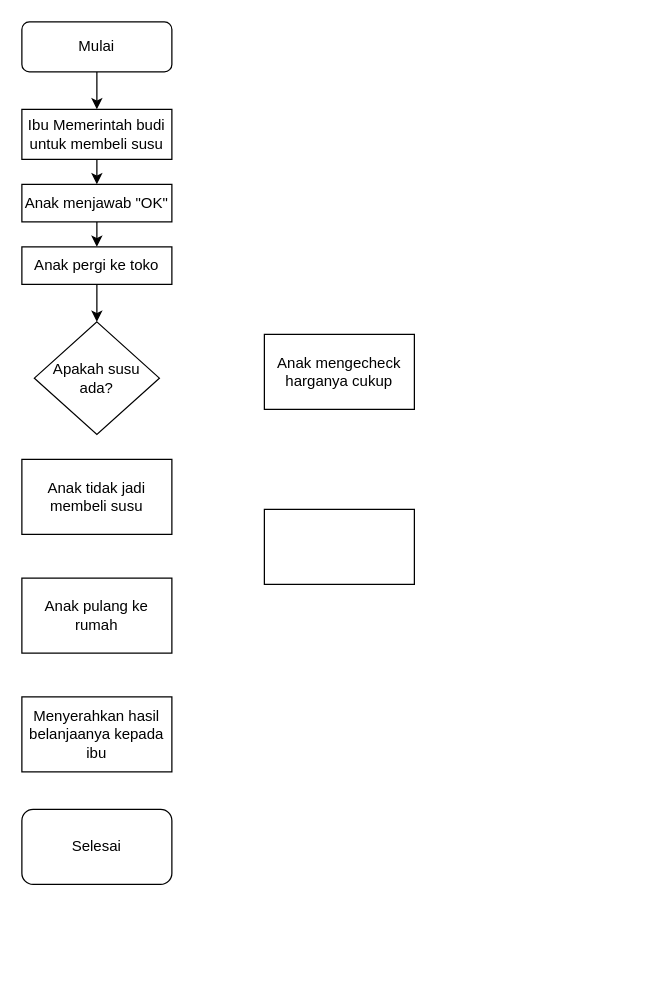
Before: Python Fundamental.drawio in ahmadsulthoni/Diagram-Flowchart, a draw.io diagram. Source tidied: cells renumbered, new cells numbered last; positions are measured from the earlier drawing's top-left corner, leaving out a move shared by most shapes. Both pictures are drawn from the tidied source at 125%, with x=0, y=0 at pixel (21, 21).
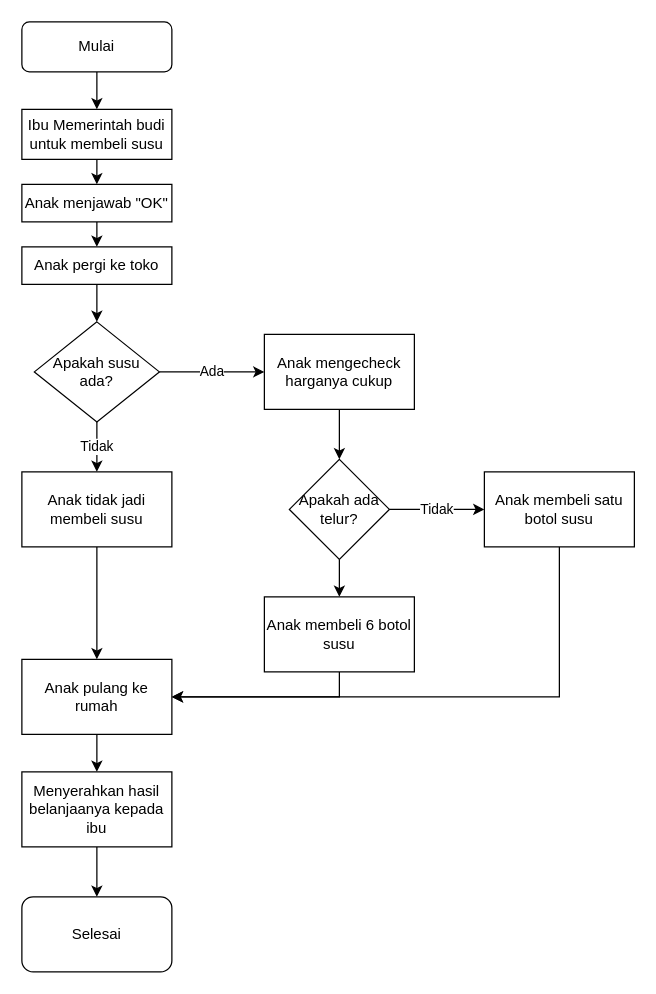
The same diagram, later.

The change refers to these unchanged cells:
```xml
<mxCell id="15" value="Anak mengecheck harganya cukup" style="rounded=0;whiteSpace=wrap;html=1;" parent="1" vertex="1">
  <mxGeometry x="194" y="250" width="120" height="60" as="geometry" />
</mxCell>
```

The edit, as a diff of the source:
```diff
@@
+    <mxCell id="17" value="Tidak" style="edgeStyle=orthogonalEdgeStyle;rounded=0;jettySize=auto;html=1;" parent="1" edge="1" source="10" target="11">
+      <mxGeometry relative="1" as="geometry" />
+    </mxCell>
+    <mxCell id="18" value="Ada" style="edgeStyle=orthogonalEdgeStyle;rounded=0;jettySize=auto;html=1;" parent="1" edge="1" source="10" target="15">
+      <mxGeometry relative="1" as="geometry" />
+    </mxCell>
     <mxCell id="10" value="Apakah susu ada?" style="rhombus;whiteSpace=wrap;html=1;" parent="1" vertex="1">
-      <mxGeometry x="10" y="240" width="100" height="90" as="geometry" />
+      <mxGeometry x="10" y="240" width="100" height="80" as="geometry" />
     </mxCell>
+    <mxCell id="19" style="edgeStyle=orthogonalEdgeStyle;rounded=0;jettySize=auto;html=1;" parent="1" edge="1" source="11" target="12">
+      <mxGeometry relative="1" as="geometry" />
+    </mxCell>
     <mxCell id="11" value="Anak tidak jadi membeli susu" style="rounded=0;whiteSpace=wrap;html=1;" parent="1" vertex="1">
-      <mxGeometry y="350" width="120" height="60" as="geometry" />
+      <mxGeometry y="360" width="120" height="60" as="geometry" />
     </mxCell>
+    <mxCell id="20" style="edgeStyle=orthogonalEdgeStyle;rounded=0;jettySize=auto;html=1;" parent="1" edge="1" source="12" target="13">
+      <mxGeometry relative="1" as="geometry" />
+    </mxCell>
     <mxCell id="12" value="Anak pulang ke rumah" style="rounded=0;whiteSpace=wrap;html=1;" parent="1" vertex="1">
-      <mxGeometry y="445" width="120" height="60" as="geometry" />
+      <mxGeometry y="510" width="120" height="60" as="geometry" />
     </mxCell>
+    <mxCell id="21" style="edgeStyle=orthogonalEdgeStyle;rounded=0;jettySize=auto;html=1;" parent="1" edge="1" source="13" target="14">
+      <mxGeometry relative="1" as="geometry" />
+    </mxCell>
     <mxCell id="13" value="Menyerahkan hasil belanjaanya kepada ibu" style="rounded=0;whiteSpace=wrap;html=1;" parent="1" vertex="1">
-      <mxGeometry y="540" width="120" height="60" as="geometry" />
+      <mxGeometry y="600" width="120" height="60" as="geometry" />
     </mxCell>
     <mxCell id="14" value="Selesai" style="rounded=1;whiteSpace=wrap;html=1;" parent="1" vertex="1">
-      <mxGeometry y="630" width="120" height="60" as="geometry" />
+      <mxGeometry y="700" width="120" height="60" as="geometry" />
     </mxCell>
+    <mxCell id="22" style="edgeStyle=orthogonalEdgeStyle;rounded=0;jettySize=auto;html=1;" parent="1" edge="1" source="15" target="26">
+      <mxGeometry relative="1" as="geometry" />
+    </mxCell>
@@
+    <mxCell id="23" style="edgeStyle=orthogonalEdgeStyle;rounded=0;jettySize=auto;html=1;entryX=1;entryY=0.5;entryDx=0;entryDy=0;exitX=0.5;exitY=1;exitDx=0;exitDy=0;" parent="1" edge="1" source="16" target="12">
+      <mxGeometry relative="1" as="geometry" />
+    </mxCell>
-    <mxCell id="16" style="rounded=0;whiteSpace=wrap;html=1;" parent="1" vertex="1">
-      <mxGeometry x="194" y="390" width="120" height="60" as="geometry" />
+    <mxCell id="16" value="Anak membeli satu botol susu" style="rounded=0;whiteSpace=wrap;html=1;" parent="1" vertex="1">
+      <mxGeometry x="370" y="360" width="120" height="60" as="geometry" />
     </mxCell>
+    <mxCell id="24" style="edgeStyle=orthogonalEdgeStyle;rounded=0;jettySize=auto;html=1;" parent="1" edge="1" source="26" target="28">
+      <mxGeometry relative="1" as="geometry" />
+    </mxCell>
+    <mxCell id="25" value="Tidak" style="edgeStyle=orthogonalEdgeStyle;rounded=0;jettySize=auto;html=1;" parent="1" edge="1" source="26" target="16">
+      <mxGeometry relative="1" as="geometry" />
+    </mxCell>
+    <mxCell id="26" value="Apakah ada telur?" style="rhombus;whiteSpace=wrap;html=1;" parent="1" vertex="1">
+      <mxGeometry x="214" y="350" width="80" height="80" as="geometry" />
+    </mxCell>
+    <mxCell id="27" style="edgeStyle=orthogonalEdgeStyle;rounded=0;jettySize=auto;html=1;entryX=1;entryY=0.5;entryDx=0;entryDy=0;exitX=0.5;exitY=1;exitDx=0;exitDy=0;" parent="1" edge="1" source="28" target="12">
+      <mxGeometry relative="1" as="geometry" />
+    </mxCell>
+    <mxCell id="28" value="Anak membeli 6 botol susu" style="rounded=0;whiteSpace=wrap;html=1;" parent="1" vertex="1">
+      <mxGeometry x="194" y="460" width="120" height="60" as="geometry" />
+    </mxCell>
```
